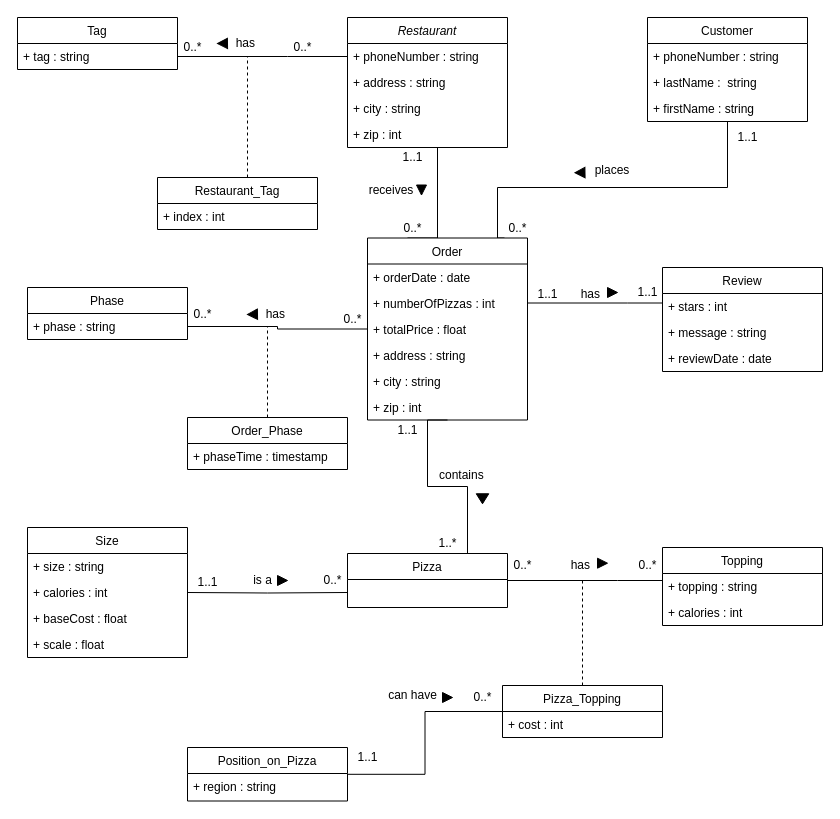
Before: Project2_CECS_323.drawio in JosephRice22/CECS323, a draw.io diagram. Source tidied: cells renumbered, new cells numbered last; positions are measured from the earlier drawing's top-left corner, leaving out a move shared by most shapes. Both pictures are drawn from the tidied source at 100%, with x=0, y=0 at pixel (17, 17).
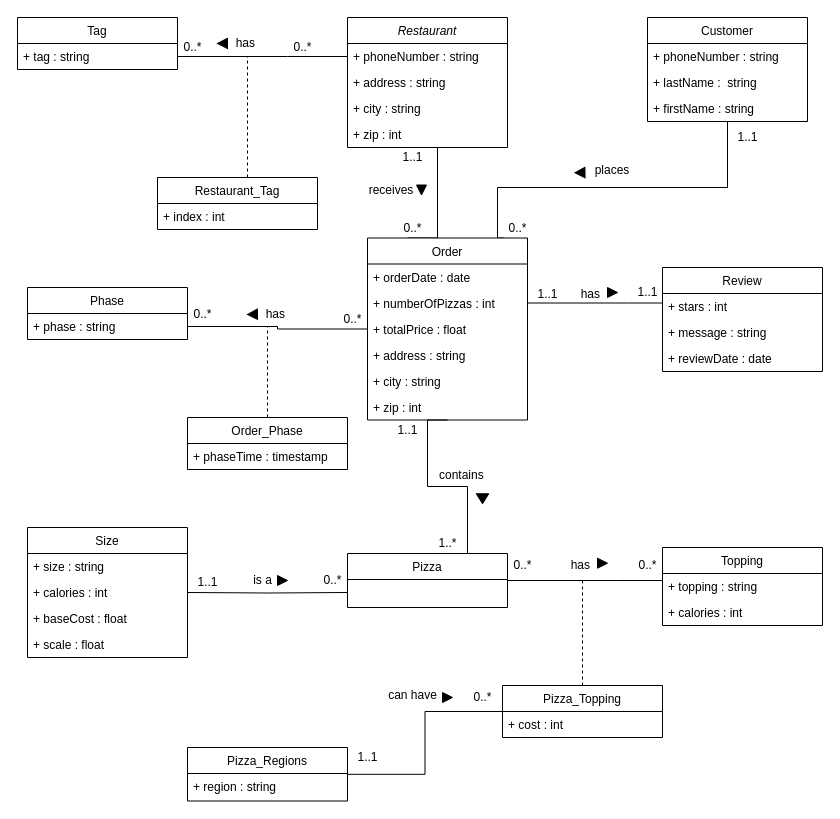
The same page after the edit.

What changed in the source:
```diff
@@
-    <mxCell id="69" value="Position_on_Pizza" style="swimlane;fontStyle=0;align=center;verticalAlign=top;horizontal=1;startSize=26;rounded=0;shadow=0;strokeWidth=1;" parent="1" vertex="1">
+    <mxCell id="69" value="Pizza_Regions" style="swimlane;fontStyle=0;align=center;verticalAlign=top;horizontal=1;startSize=26;rounded=0;shadow=0;strokeWidth=1;" parent="1" vertex="1">
       <mxGeometry x="170" y="730" width="160" height="53.5" as="geometry" />
     </mxCell>
```
